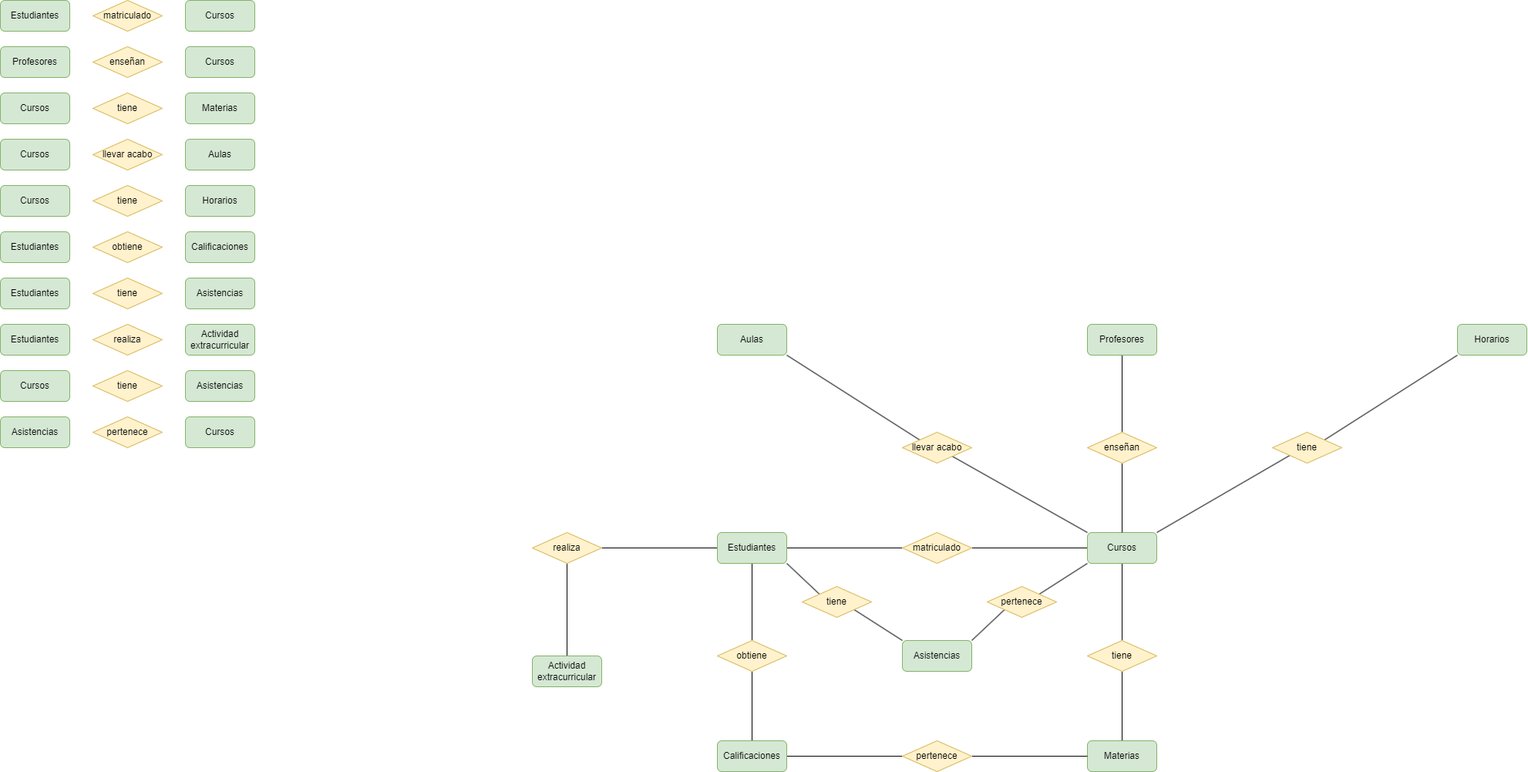
LuisMGlez/base-datos keeps this draw.io diagram as Unidad-1/Tareas/Tareas-evaluables/Tarea-evaluable-1/Ejercicio-evaluable-1.drawio.png. Above is the earlier version. Source tidied: cells renumbered, new cells last; positions are measured from the earlier drawing's top-left corner, leaving out a move shared by most shapes.
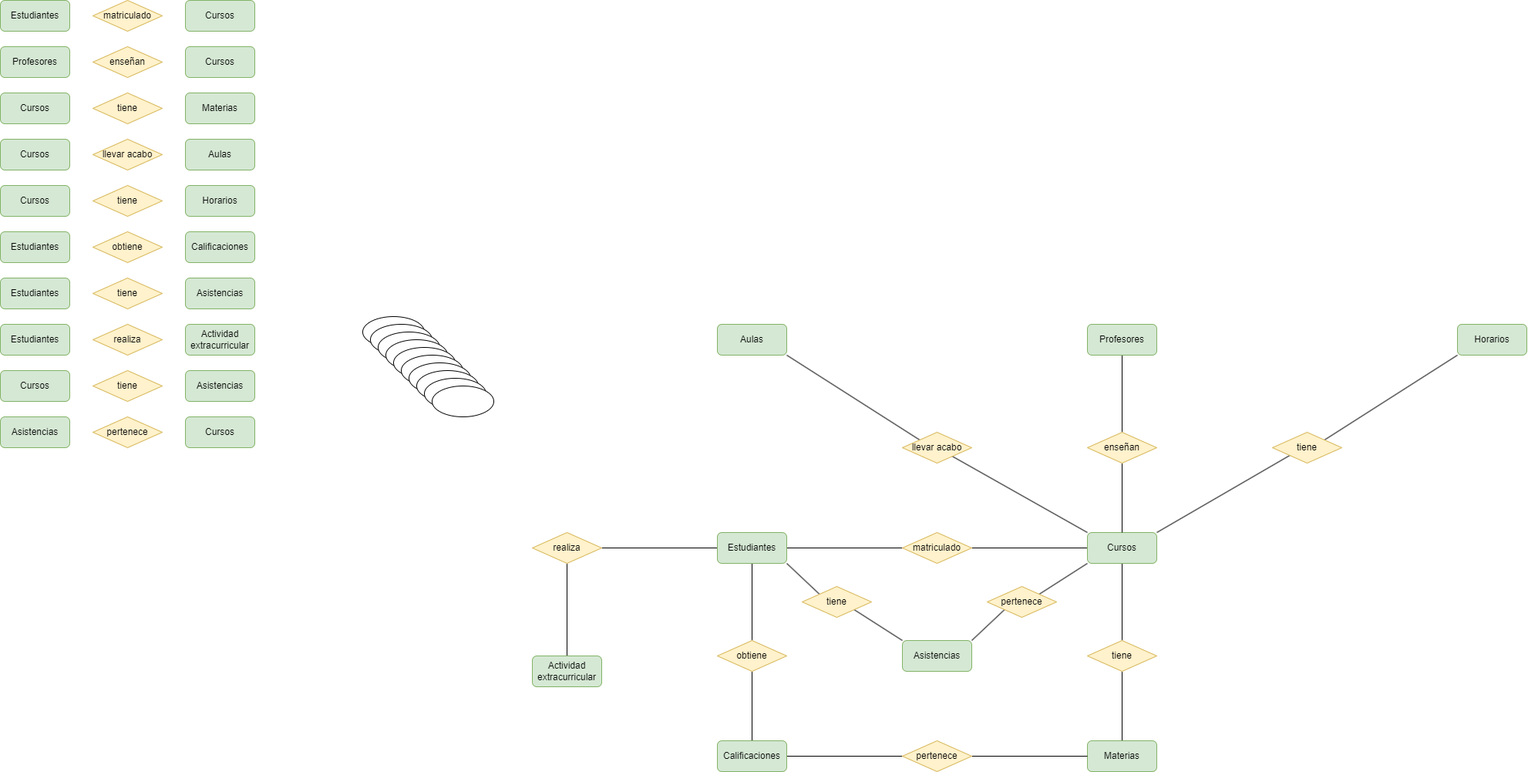
The same diagram one commit later.

What changed in the source:
```diff
@@ -209,5 +209,35 @@
     <mxCell id="70" value="pertenece" style="rhombus;whiteSpace=wrap;html=1;fillColor=#fff2cc;strokeColor=#d6b656;" parent="1" vertex="1">
       <mxGeometry x="120" y="540" width="90" height="40" as="geometry" />
     </mxCell>
+    <mxCell id="71" style="ellipse;whiteSpace=wrap;html=1;" parent="1" vertex="1">
+      <mxGeometry x="470" y="410" width="80" height="40" as="geometry" />
+    </mxCell>
+    <mxCell id="72" style="ellipse;whiteSpace=wrap;html=1;" parent="1" vertex="1">
+      <mxGeometry x="480" y="420" width="80" height="40" as="geometry" />
+    </mxCell>
+    <mxCell id="73" style="ellipse;whiteSpace=wrap;html=1;" parent="1" vertex="1">
+      <mxGeometry x="490" y="430" width="80" height="40" as="geometry" />
+    </mxCell>
+    <mxCell id="74" style="ellipse;whiteSpace=wrap;html=1;" parent="1" vertex="1">
+      <mxGeometry x="500" y="440" width="80" height="40" as="geometry" />
+    </mxCell>
+    <mxCell id="75" style="ellipse;whiteSpace=wrap;html=1;" parent="1" vertex="1">
+      <mxGeometry x="510" y="450" width="80" height="40" as="geometry" />
+    </mxCell>
+    <mxCell id="76" style="ellipse;whiteSpace=wrap;html=1;" parent="1" vertex="1">
+      <mxGeometry x="520" y="460" width="80" height="40" as="geometry" />
+    </mxCell>
+    <mxCell id="77" style="ellipse;whiteSpace=wrap;html=1;" parent="1" vertex="1">
+      <mxGeometry x="530" y="470" width="80" height="40" as="geometry" />
+    </mxCell>
+    <mxCell id="78" style="ellipse;whiteSpace=wrap;html=1;" parent="1" vertex="1">
+      <mxGeometry x="540" y="480" width="80" height="40" as="geometry" />
+    </mxCell>
+    <mxCell id="79" style="ellipse;whiteSpace=wrap;html=1;" parent="1" vertex="1">
+      <mxGeometry x="550" y="490" width="80" height="40" as="geometry" />
+    </mxCell>
+    <mxCell id="80" style="ellipse;whiteSpace=wrap;html=1;" parent="1" vertex="1">
+      <mxGeometry x="560" y="500" width="80" height="40" as="geometry" />
+    </mxCell>
   </root>
 </mxGraphModel>
```
